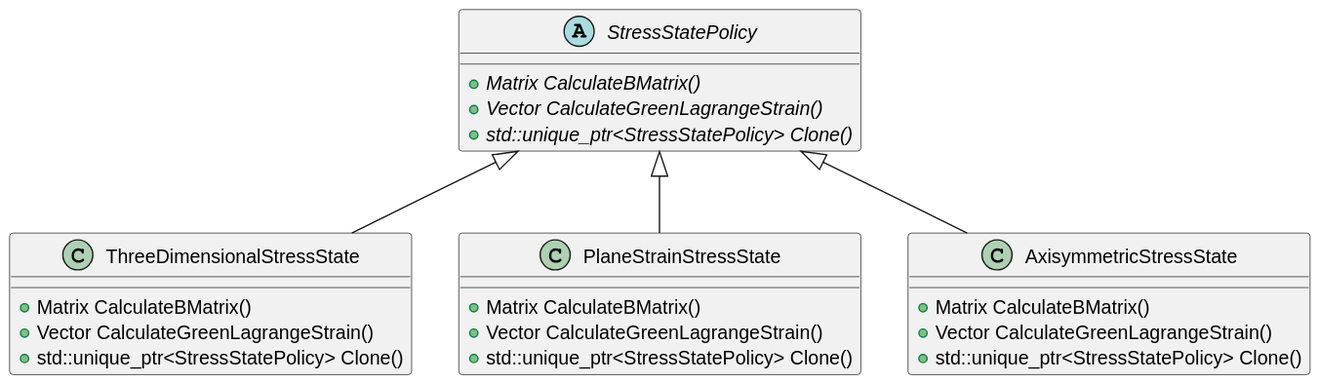
This is applications/GeoMechanicsApplication/custom_elements/stress_state_policies.svg from KratosMultiphysics/Kratos, a PlantUML export, as it was before one commit.
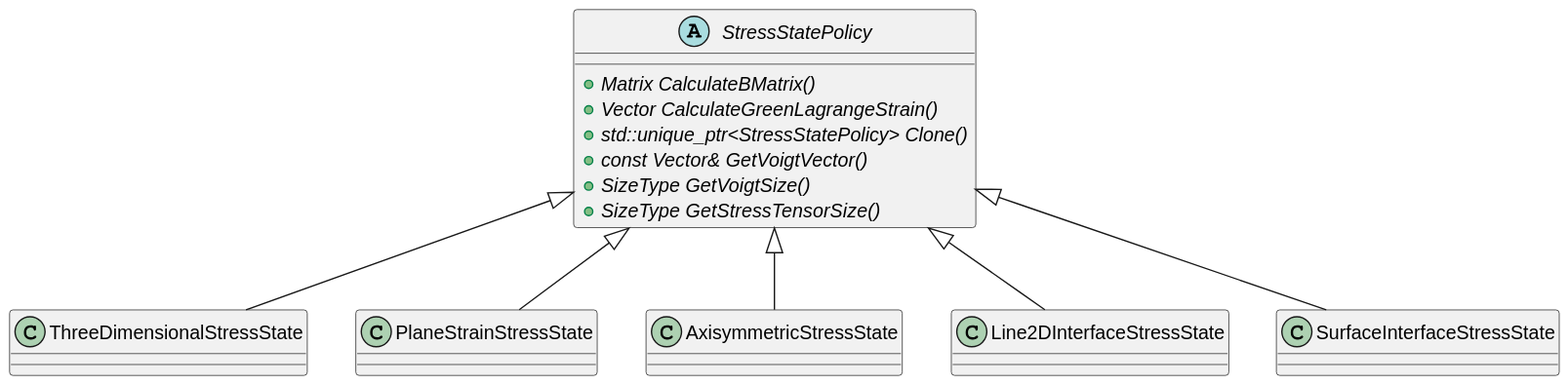
After the commit.

Commit message:
[GeoMechanicsApplication] Added an interface stress state for surface interfaces (#13618)

Change to the diagram source:
```diff
@@ -3,28 +3,21 @@
   +{abstract} Matrix CalculateBMatrix()
   +{abstract} Vector CalculateGreenLagrangeStrain()
   +{abstract} std::unique_ptr<StressStatePolicy> Clone()
-
+  +{abstract} const Vector& GetVoigtVector()
+  +{abstract} SizeType GetVoigtSize()
+  +{abstract} SizeType GetStressTensorSize()
 }
 
-class ThreeDimensionalStressState {
-  +Matrix CalculateBMatrix()
-  +Vector CalculateGreenLagrangeStrain()
-  +std::unique_ptr<StressStatePolicy> Clone()
-}
+class ThreeDimensionalStressState
+class PlaneStrainStressState
+class AxisymmetricStressState
+class Line2DInterfaceStressState
 
-class PlaneStrainStressState {
-  +Matrix CalculateBMatrix()
-  +Vector CalculateGreenLagrangeStrain()
-  +std::unique_ptr<StressStatePolicy> Clone()
-}
-
-class AxisymmetricStressState {
-  +Matrix CalculateBMatrix()
-  +Vector CalculateGreenLagrangeStrain()
-  +std::unique_ptr<StressStatePolicy> Clone()
-}
+class SurfaceInterfaceStressState
 
 StressStatePolicy <|-- ThreeDimensionalStressState
 StressStatePolicy <|-- PlaneStrainStressState
 StressStatePolicy <|-- AxisymmetricStressState
+StressStatePolicy <|-- Line2DInterfaceStressState
+StressStatePolicy <|-- SurfaceInterfaceStressState
 @enduml
```
